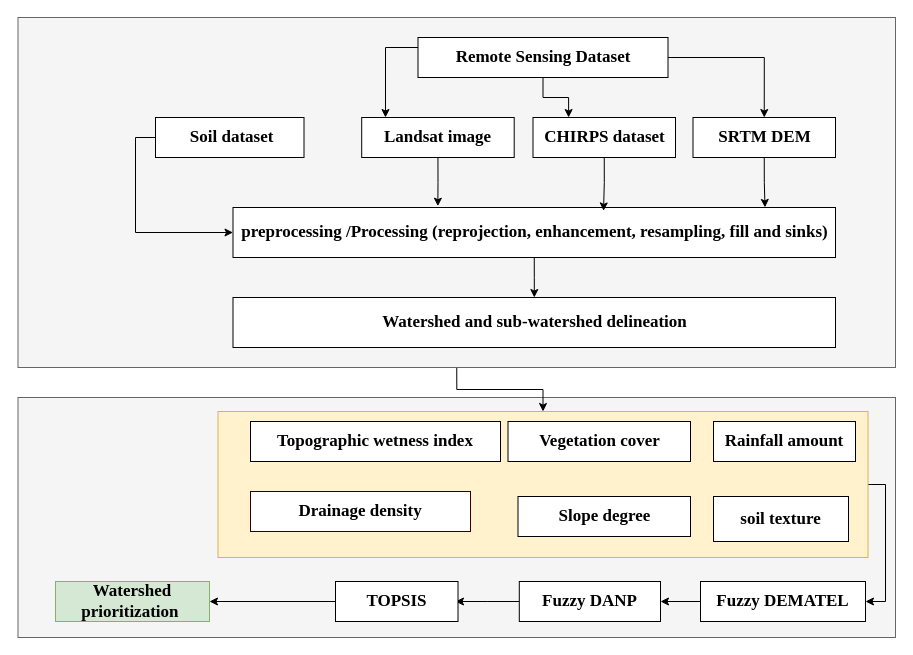
The draw.io diagram flowMCDMFinal.drawio in yemioke/PRISMA2020, before the edit. Source tidied: cells renumbered, new cells numbered last; positions are measured from the earlier drawing's top-left corner, leaving out a move shared by most shapes. Both pictures are drawn from the tidied source at 100%, with x=0, y=0 at pixel (17, 17).
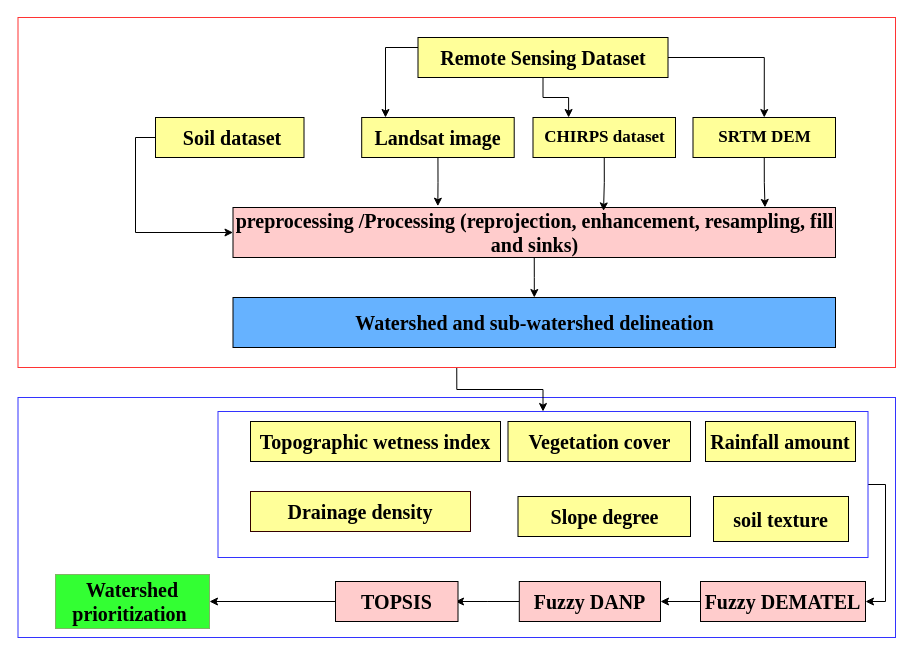
The same diagram, later.

What changed in the source:
```diff
@@
-    <mxCell id="2" style="rounded=0;whiteSpace=wrap;html=1;fillColor=#f5f5f5;strokeColor=#666666;fontColor=#333333;" parent="1" vertex="1">
+    <mxCell id="2" style="rounded=0;whiteSpace=wrap;html=1;fillColor=default;strokeColor=#3333FF;fontColor=#333333;" parent="1" vertex="1">
       <mxGeometry x="0.5" y="380" width="877.5" height="240" as="geometry" />
     </mxCell>
@@
-    <mxCell id="4" style="rounded=0;whiteSpace=wrap;html=1;fillColor=#fff2cc;strokeColor=#d6b656;" parent="1" vertex="1">
+    <mxCell id="4" style="rounded=0;whiteSpace=wrap;html=1;fillColor=default;strokeColor=#3333FF;" parent="1" vertex="1">
       <mxGeometry x="200.5" y="394" width="650" height="146" as="geometry" />
     </mxCell>
-    <mxCell id="5" value="&lt;b&gt;&lt;font style=&quot;font-size: 17px;&quot; face=&quot;Times New Roman&quot;&gt;soil texture&lt;/font&gt;&lt;/b&gt;" style="rounded=0;whiteSpace=wrap;html=1;" parent="1" vertex="1">
+    <mxCell id="5" value="&lt;b&gt;&lt;font style=&quot;font-size: 20px;&quot; face=&quot;Times New Roman&quot;&gt;soil texture&lt;/font&gt;&lt;/b&gt;" style="rounded=0;whiteSpace=wrap;html=1;fillColor=#FFFF99;" parent="1" vertex="1">
       <mxGeometry x="696" y="479" width="135" height="45" as="geometry" />
     </mxCell>
-    <mxCell id="6" value="&lt;b&gt;&lt;font style=&quot;font-size: 17px;&quot; face=&quot;Times New Roman&quot;&gt;Topographic wetness index&lt;/font&gt;&lt;/b&gt;" style="rounded=0;whiteSpace=wrap;html=1;" parent="1" vertex="1">
+    <mxCell id="6" value="&lt;b&gt;&lt;font style=&quot;font-size: 20px;&quot; face=&quot;Times New Roman&quot;&gt;Topographic wetness index&lt;/font&gt;&lt;/b&gt;" style="rounded=0;whiteSpace=wrap;html=1;fillColor=#FFFF99;" parent="1" vertex="1">
       <mxGeometry x="233" y="404" width="250" height="40" as="geometry" />
     </mxCell>
-    <mxCell id="7" value="&lt;b&gt;&lt;font style=&quot;font-size: 17px;&quot; face=&quot;Times New Roman&quot;&gt;Vegetation cover&lt;/font&gt;&lt;/b&gt;" style="rounded=0;whiteSpace=wrap;html=1;" parent="1" vertex="1">
+    <mxCell id="7" value="&lt;b&gt;&lt;font style=&quot;font-size: 20px;&quot; face=&quot;Times New Roman&quot;&gt;Vegetation cover&lt;/font&gt;&lt;/b&gt;" style="rounded=0;whiteSpace=wrap;html=1;fillColor=#FFFF99;" parent="1" vertex="1">
       <mxGeometry x="490.5" y="404" width="182.5" height="40" as="geometry" />
     </mxCell>
@@
-    <mxCell id="9" style="rounded=0;whiteSpace=wrap;html=1;fillColor=#f5f5f5;strokeColor=#666666;fontColor=#333333;" parent="1" vertex="1">
+    <mxCell id="9" style="rounded=0;whiteSpace=wrap;html=1;fillColor=default;strokeColor=#FF3333;fontColor=#333333;" parent="1" vertex="1">
       <mxGeometry x="0.5" width="877.5" height="350" as="geometry" />
     </mxCell>
-    <mxCell id="10" value="&lt;font face=&quot;Times New Roman&quot;&gt;&lt;span style=&quot;font-size: 17px;&quot;&gt;&lt;b&gt;Rainfall amount&lt;/b&gt;&lt;/span&gt;&lt;/font&gt;" style="rounded=0;whiteSpace=wrap;html=1;" parent="1" vertex="1">
-      <mxGeometry x="696" y="404" width="142" height="40" as="geometry" />
+    <mxCell id="10" value="&lt;font face=&quot;Times New Roman&quot; style=&quot;font-size: 20px;&quot;&gt;&lt;b style=&quot;&quot;&gt;Rainfall amount&lt;/b&gt;&lt;/font&gt;" style="rounded=0;whiteSpace=wrap;html=1;fillColor=#FFFF99;" parent="1" vertex="1">
+      <mxGeometry x="688" y="404" width="150" height="40" as="geometry" />
     </mxCell>
-    <mxCell id="11" value="&lt;font face=&quot;Times New Roman&quot;&gt;&lt;span style=&quot;font-size: 17px;&quot;&gt;&lt;b&gt;Drainage density&lt;/b&gt;&lt;/span&gt;&lt;/font&gt;" style="rounded=0;whiteSpace=wrap;html=1;strokeColor=#330000;" parent="1" vertex="1">
+    <mxCell id="11" value="&lt;font face=&quot;Times New Roman&quot; style=&quot;font-size: 20px;&quot;&gt;&lt;b style=&quot;&quot;&gt;Drainage density&lt;/b&gt;&lt;/font&gt;" style="rounded=0;whiteSpace=wrap;html=1;strokeColor=#330000;fillColor=#FFFF99;" parent="1" vertex="1">
       <mxGeometry x="233" y="474" width="220" height="40" as="geometry" />
     </mxCell>
-    <mxCell id="12" value="&lt;font face=&quot;Times New Roman&quot;&gt;&lt;span style=&quot;font-size: 17px;&quot;&gt;&lt;b&gt;Slope degree&lt;/b&gt;&lt;/span&gt;&lt;/font&gt;" style="rounded=0;whiteSpace=wrap;html=1;" parent="1" vertex="1">
+    <mxCell id="12" value="&lt;font face=&quot;Times New Roman&quot; style=&quot;font-size: 20px;&quot;&gt;&lt;b style=&quot;&quot;&gt;Slope degree&lt;/b&gt;&lt;/font&gt;" style="rounded=0;whiteSpace=wrap;html=1;fillColor=#FFFF99;" parent="1" vertex="1">
       <mxGeometry x="500.5" y="479" width="172.5" height="40" as="geometry" />
     </mxCell>
@@
-    <mxCell id="14" value="&lt;font face=&quot;Times New Roman&quot;&gt;&lt;span style=&quot;font-size: 17px;&quot;&gt;&lt;b&gt;preprocessing /Processing (reprojection, enhancement, resampling, fill and sinks)&lt;/b&gt;&lt;/span&gt;&lt;/font&gt;" style="rounded=0;whiteSpace=wrap;html=1;" parent="1" vertex="1">
+    <mxCell id="14" value="&lt;font face=&quot;Times New Roman&quot; style=&quot;font-size: 20px;&quot;&gt;&lt;b style=&quot;&quot;&gt;preprocessing /Processing (reprojection, enhancement, resampling, fill and sinks)&lt;/b&gt;&lt;/font&gt;" style="rounded=0;whiteSpace=wrap;html=1;fillColor=#FFCCCC;" parent="1" vertex="1">
       <mxGeometry x="215.5" y="190" width="602.5" height="50" as="geometry" />
     </mxCell>
-    <mxCell id="15" value="&lt;font face=&quot;Times New Roman&quot;&gt;&lt;span style=&quot;font-size: 17px;&quot;&gt;&lt;b&gt;CHIRPS dataset&lt;/b&gt;&lt;/span&gt;&lt;/font&gt;" style="rounded=0;whiteSpace=wrap;html=1;" parent="1" vertex="1">
+    <mxCell id="15" value="&lt;font face=&quot;Times New Roman&quot;&gt;&lt;span style=&quot;font-size: 17px;&quot;&gt;&lt;b&gt;CHIRPS dataset&lt;/b&gt;&lt;/span&gt;&lt;/font&gt;" style="rounded=0;whiteSpace=wrap;html=1;fillColor=#FFFF99;" parent="1" vertex="1">
       <mxGeometry x="515.5" y="100" width="142.5" height="40" as="geometry" />
     </mxCell>
-    <mxCell id="16" value="&lt;font face=&quot;Times New Roman&quot;&gt;&lt;span style=&quot;font-size: 17px;&quot;&gt;&lt;b&gt;Landsat image&lt;/b&gt;&lt;/span&gt;&lt;/font&gt;" style="rounded=0;whiteSpace=wrap;html=1;" parent="1" vertex="1">
+    <mxCell id="16" value="&lt;font face=&quot;Times New Roman&quot; style=&quot;font-size: 20px;&quot;&gt;&lt;b style=&quot;&quot;&gt;Landsat image&lt;/b&gt;&lt;/font&gt;" style="rounded=0;whiteSpace=wrap;html=1;fillColor=#FFFF99;" parent="1" vertex="1">
       <mxGeometry x="344.2" y="100" width="152.5" height="40" as="geometry" />
     </mxCell>
-    <mxCell id="17" value="&lt;font face=&quot;Times New Roman&quot;&gt;&lt;span style=&quot;font-size: 17px;&quot;&gt;&lt;b&gt;SRTM DEM&lt;/b&gt;&lt;/span&gt;&lt;/font&gt;" style="rounded=0;whiteSpace=wrap;html=1;" parent="1" vertex="1">
+    <mxCell id="17" value="&lt;font face=&quot;Times New Roman&quot;&gt;&lt;span style=&quot;font-size: 17px;&quot;&gt;&lt;b&gt;SRTM DEM&lt;/b&gt;&lt;/span&gt;&lt;/font&gt;" style="rounded=0;whiteSpace=wrap;html=1;fillColor=#FFFF99;" parent="1" vertex="1">
       <mxGeometry x="675.5" y="100" width="142.5" height="40" as="geometry" />
     </mxCell>
@@
-    <mxCell id="19" value="&lt;font face=&quot;Times New Roman&quot;&gt;&lt;span style=&quot;font-size: 17px;&quot;&gt;&lt;b&gt;&amp;nbsp;Soil dataset&lt;/b&gt;&lt;/span&gt;&lt;/font&gt;" style="rounded=0;whiteSpace=wrap;html=1;" parent="1" vertex="1">
+    <mxCell id="19" value="&lt;font face=&quot;Times New Roman&quot; style=&quot;font-size: 20px;&quot;&gt;&lt;b style=&quot;&quot;&gt;&amp;nbsp;Soil dataset&lt;/b&gt;&lt;/font&gt;" style="rounded=0;whiteSpace=wrap;html=1;fillColor=#FFFF99;" parent="1" vertex="1">
       <mxGeometry x="138" y="100" width="148.5" height="40" as="geometry" />
     </mxCell>
@@
-    <mxCell id="22" value="&lt;font face=&quot;Times New Roman&quot;&gt;&lt;span style=&quot;font-size: 17px;&quot;&gt;&lt;b&gt;Remote Sensing Dataset&lt;/b&gt;&lt;/span&gt;&lt;/font&gt;" style="rounded=0;whiteSpace=wrap;html=1;" parent="1" vertex="1">
+    <mxCell id="22" value="&lt;font face=&quot;Times New Roman&quot; style=&quot;font-size: 20px;&quot;&gt;&lt;b style=&quot;&quot;&gt;Remote Sensing Dataset&lt;/b&gt;&lt;/font&gt;" style="rounded=0;whiteSpace=wrap;html=1;fillColor=#FFFF99;" parent="1" vertex="1">
       <mxGeometry x="400.5" y="20" width="250" height="40" as="geometry" />
     </mxCell>
@@
-    <mxCell id="24" value="&lt;font face=&quot;Times New Roman&quot;&gt;&lt;span style=&quot;font-size: 17px;&quot;&gt;&lt;b&gt;Fuzzy DEMATEL&lt;/b&gt;&lt;/span&gt;&lt;/font&gt;" style="rounded=0;whiteSpace=wrap;html=1;" parent="1" vertex="1">
+    <mxCell id="24" value="&lt;font face=&quot;Times New Roman&quot; style=&quot;font-size: 20px;&quot;&gt;&lt;b style=&quot;&quot;&gt;Fuzzy DEMATEL&lt;/b&gt;&lt;/font&gt;" style="rounded=0;whiteSpace=wrap;html=1;fillColor=#FFCCCC;" parent="1" vertex="1">
       <mxGeometry x="683" y="564" width="165" height="40" as="geometry" />
     </mxCell>
@@
-    <mxCell id="26" value="&lt;font face=&quot;Times New Roman&quot;&gt;&lt;span style=&quot;font-size: 17px;&quot;&gt;&lt;b&gt;Fuzzy DANP&lt;/b&gt;&lt;/span&gt;&lt;/font&gt;" style="rounded=0;whiteSpace=wrap;html=1;" parent="1" vertex="1">
+    <mxCell id="26" value="&lt;font face=&quot;Times New Roman&quot; style=&quot;font-size: 20px;&quot;&gt;&lt;b style=&quot;&quot;&gt;Fuzzy DANP&lt;/b&gt;&lt;/font&gt;" style="rounded=0;whiteSpace=wrap;html=1;fillColor=#FFCCCC;" parent="1" vertex="1">
       <mxGeometry x="501.8" y="564" width="141.2" height="40" as="geometry" />
     </mxCell>
@@
-    <mxCell id="28" value="&lt;font face=&quot;Times New Roman&quot;&gt;&lt;span style=&quot;font-size: 17px;&quot;&gt;&lt;b&gt;Watershed prioritization&amp;nbsp;&lt;/b&gt;&lt;/span&gt;&lt;/font&gt;" style="rounded=0;whiteSpace=wrap;html=1;fillColor=#d5e8d4;strokeColor=#82b366;" parent="1" vertex="1">
-      <mxGeometry x="38" y="564" width="154" height="40" as="geometry" />
+    <mxCell id="28" value="&lt;font face=&quot;Times New Roman&quot; style=&quot;font-size: 20px;&quot;&gt;&lt;b style=&quot;&quot;&gt;Watershed prioritization&amp;nbsp;&lt;/b&gt;&lt;/font&gt;" style="rounded=0;whiteSpace=wrap;html=1;fillColor=#33FF33;strokeColor=#82b366;" parent="1" vertex="1">
+      <mxGeometry x="38" y="557" width="154" height="54" as="geometry" />
     </mxCell>
-    <mxCell id="29" value="&lt;font face=&quot;Times New Roman&quot;&gt;&lt;span style=&quot;font-size: 17px;&quot;&gt;&lt;b&gt;Watershed and sub-watershed delineation&lt;/b&gt;&lt;/span&gt;&lt;/font&gt;" style="rounded=0;whiteSpace=wrap;html=1;" parent="1" vertex="1">
+    <mxCell id="29" value="&lt;font face=&quot;Times New Roman&quot; style=&quot;font-size: 20px;&quot;&gt;&lt;b style=&quot;&quot;&gt;Watershed and sub-watershed delineation&lt;/b&gt;&lt;/font&gt;" style="rounded=0;whiteSpace=wrap;html=1;fillColor=#66B2FF;" parent="1" vertex="1">
       <mxGeometry x="215.5" y="280" width="602.5" height="50" as="geometry" />
     </mxCell>
@@
-    <mxCell id="34" value="&lt;font face=&quot;Times New Roman&quot;&gt;&lt;span style=&quot;font-size: 17px;&quot;&gt;&lt;b&gt;TOPSIS&lt;/b&gt;&lt;/span&gt;&lt;/font&gt;" style="rounded=0;whiteSpace=wrap;html=1;" parent="1" vertex="1">
+    <mxCell id="34" value="&lt;font face=&quot;Times New Roman&quot; style=&quot;font-size: 20px;&quot;&gt;&lt;b style=&quot;&quot;&gt;TOPSIS&lt;/b&gt;&lt;/font&gt;" style="rounded=0;whiteSpace=wrap;html=1;fillColor=#FFCCCC;" parent="1" vertex="1">
       <mxGeometry x="318" y="564" width="122.5" height="40" as="geometry" />
     </mxCell>
```
